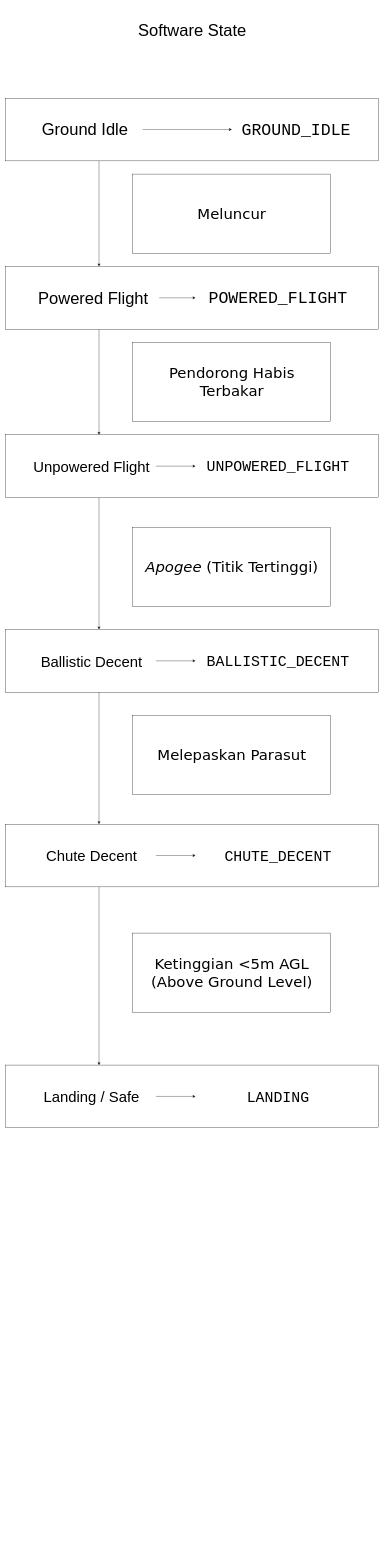
Before: page "Software State" (3 of 3) of Mekanisme.drawio in reacto11mecha/draft-model-rocket, a draw.io diagram. Source tidied: cells renumbered, new cells numbered last; positions are measured from the earlier drawing's top-left corner, leaving out a move shared by most shapes. Both pictures are drawn from the tidied source at 33%, with x=0, y=0 at pixel (6, 6).
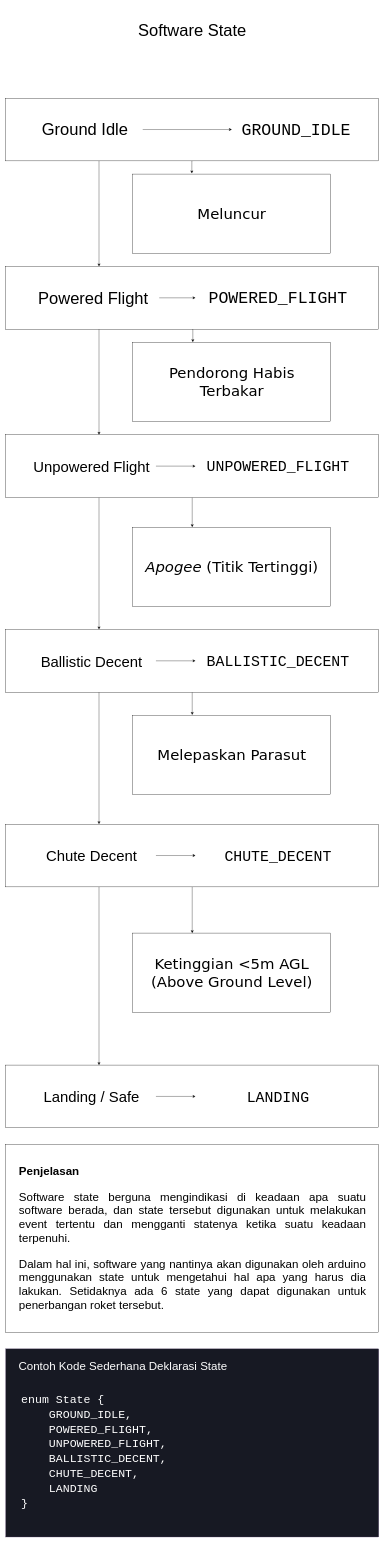
The same diagram, later.

Commit message (it also covers changes not shown here):
menambahkan penjelasan dan snippet kecil

The change refers to these unchanged cells:
```xml
<mxCell id="3" style="rounded=0;whiteSpace=wrap;html=1;" parent="1" vertex="1">
  <mxGeometry y="280" width="1130" height="190" as="geometry" />
</mxCell>
<mxCell id="9" style="rounded=0;whiteSpace=wrap;html=1;" parent="1" vertex="1">
  <mxGeometry y="790" width="1130" height="190" as="geometry" />
</mxCell>
<mxCell id="14" style="rounded=0;whiteSpace=wrap;html=1;" parent="1" vertex="1">
  <mxGeometry y="1300" width="1130" height="190" as="geometry" />
</mxCell>
<mxCell id="19" style="rounded=0;whiteSpace=wrap;html=1;" parent="1" vertex="1">
  <mxGeometry y="1890" width="1130" height="190" as="geometry" />
</mxCell>
<mxCell id="24" style="rounded=0;whiteSpace=wrap;html=1;" parent="1" vertex="1">
  <mxGeometry y="2480" width="1130" height="190" as="geometry" />
</mxCell>
<mxCell id="32" style="rounded=0;whiteSpace=wrap;html=1;fontFamily=Courier New;fontSize=45;" parent="1" vertex="1">
  <mxGeometry x="385" y="510" width="600" height="240" as="geometry" />
</mxCell>
<mxCell id="34" style="rounded=0;whiteSpace=wrap;html=1;fontFamily=Courier New;fontSize=45;" parent="1" vertex="1">
  <mxGeometry x="385" y="1020" width="600" height="240" as="geometry" />
</mxCell>
<mxCell id="36" style="rounded=0;whiteSpace=wrap;html=1;fontFamily=Courier New;fontSize=45;" parent="1" vertex="1">
  <mxGeometry x="385" y="1580" width="600" height="240" as="geometry" />
</mxCell>
<mxCell id="38" style="rounded=0;whiteSpace=wrap;html=1;fontFamily=Courier New;fontSize=45;" parent="1" vertex="1">
  <mxGeometry x="385" y="2150" width="600" height="240" as="geometry" />
</mxCell>
<mxCell id="40" style="rounded=0;whiteSpace=wrap;html=1;fontFamily=Courier New;fontSize=45;" parent="1" vertex="1">
  <mxGeometry x="385" y="2810" width="600" height="240" as="geometry" />
</mxCell>
```

What changed in the source:
```diff
@@
+    <mxCell id="42" style="edgeStyle=orthogonalEdgeStyle;rounded=0;jettySize=auto;html=1;exitX=0.5;exitY=1;exitDx=0;exitDy=0;entryX=0.298;entryY=-0.008;entryDx=0;entryDy=0;entryPerimeter=0;" parent="1" edge="1" source="3" target="32">
+      <mxGeometry relative="1" as="geometry" />
+    </mxCell>
@@
+    <mxCell id="43" style="edgeStyle=orthogonalEdgeStyle;rounded=0;jettySize=auto;html=1;exitX=0.5;exitY=1;exitDx=0;exitDy=0;entryX=0.303;entryY=-0.003;entryDx=0;entryDy=0;entryPerimeter=0;" parent="1" edge="1" source="9" target="34">
+      <mxGeometry relative="1" as="geometry" />
+    </mxCell>
@@
+    <mxCell id="44" style="edgeStyle=orthogonalEdgeStyle;rounded=0;jettySize=auto;html=1;exitX=0.5;exitY=1;exitDx=0;exitDy=0;entryX=0.3;entryY=0;entryDx=0;entryDy=0;entryPerimeter=0;" parent="1" edge="1" source="14" target="36">
+      <mxGeometry relative="1" as="geometry" />
+    </mxCell>
@@
+    <mxCell id="45" style="edgeStyle=orthogonalEdgeStyle;rounded=0;jettySize=auto;html=1;exitX=0.5;exitY=1;exitDx=0;exitDy=0;entryX=0.3;entryY=-0.004;entryDx=0;entryDy=0;entryPerimeter=0;" parent="1" edge="1" source="19" target="38">
+      <mxGeometry relative="1" as="geometry" />
+    </mxCell>
@@
+    <mxCell id="46" style="edgeStyle=orthogonalEdgeStyle;rounded=0;jettySize=auto;html=1;exitX=0.5;exitY=1;exitDx=0;exitDy=0;entryX=0.3;entryY=0;entryDx=0;entryDy=0;entryPerimeter=0;" parent="1" edge="1" source="24" target="40">
+      <mxGeometry relative="1" as="geometry" />
+    </mxCell>
@@
+    <mxCell id="47" style="rounded=0;whiteSpace=wrap;html=1;" parent="1" vertex="1">
+      <mxGeometry y="3450" width="1130" height="570" as="geometry" />
+    </mxCell>
+    <mxCell id="48" value="&lt;h1 style=&quot;font-size: 35px&quot;&gt;Penjelasan&lt;/h1&gt;&lt;p style=&quot;text-align: justify ; font-size: 35px&quot;&gt;&lt;font style=&quot;font-size: 35px&quot;&gt;Software state berguna mengindikasi di keadaan apa suatu software berada, dan state tersebut digunakan untuk melakukan event tertentu dan mengganti statenya ketika suatu keadaan terpenuhi.&lt;/font&gt;&lt;/p&gt;&lt;p style=&quot;text-align: justify ; font-size: 35px&quot;&gt;Dalam hal ini, software yang nantinya akan digunakan oleh arduino menggunakan state untuk mengetahui hal apa yang harus dia lakukan. Setidaknya ada 6 state yang dapat digunakan untuk penerbangan roket tersebut.&lt;/p&gt;" style="text;html=1;strokeColor=none;fillColor=none;spacing=5;spacingTop=-20;whiteSpace=wrap;overflow=hidden;rounded=0;align=left;" parent="1" vertex="1">
+      <mxGeometry x="35" y="3497.5" width="1060" height="475" as="geometry" />
+    </mxCell>
+    <mxCell id="49" style="rounded=0;whiteSpace=wrap;html=1;fillColor=#171923;fontColor=#ffffff;strokeColor=#432D57;" parent="1" vertex="1">
+      <mxGeometry y="4070" width="1130" height="570" as="geometry" />
+    </mxCell>
+    <mxCell id="50" value="&lt;font color=&quot;#ffffff&quot;&gt;Contoh Kode Sederhana Deklarasi State&lt;/font&gt;" style="text;html=1;strokeColor=none;fillColor=none;align=center;verticalAlign=middle;whiteSpace=wrap;rounded=0;fontSize=35;" parent="1" vertex="1">
+      <mxGeometry x="35" y="4090" width="640" height="60" as="geometry" />
+    </mxCell>
+    <mxCell id="51" value="&lt;div style=&quot;text-align: justify&quot;&gt;&lt;font face=&quot;Courier New&quot; color=&quot;#ffffff&quot;&gt;enum State {&amp;nbsp;&lt;/font&gt;&lt;/div&gt;&lt;font color=&quot;#ffffff&quot;&gt;&lt;span style=&quot;text-align: center&quot;&gt;&lt;font style=&quot;font-size: 35px&quot;&gt;&lt;font face=&quot;courier new&quot;&gt;&amp;nbsp; &amp;nbsp; GROUND_IDLE,&lt;br&gt;&amp;nbsp; &amp;nbsp; POWERED_FLIGHT,&lt;br&gt;&amp;nbsp; &amp;nbsp; UNPOWERED_FLIGHT,&lt;br&gt;&amp;nbsp; &amp;nbsp; BALLISTIC_DECENT,&lt;br&gt;&amp;nbsp; &amp;nbsp; CHUTE_DECENT,&lt;br&gt;&amp;nbsp; &amp;nbsp; LANDING&lt;br&gt;&lt;/font&gt;&lt;/font&gt;&lt;/span&gt;&lt;span style=&quot;font-family: &amp;#34;courier new&amp;#34; ; text-align: justify&quot;&gt;}&lt;/span&gt;&lt;/font&gt;&lt;span style=&quot;text-align: center&quot;&gt;&lt;font style=&quot;font-size: 35px&quot;&gt;&lt;font face=&quot;courier new&quot;&gt;&lt;br&gt;&lt;/font&gt;&lt;/font&gt;&lt;/span&gt;" style="text;html=1;strokeColor=none;fillColor=none;align=left;verticalAlign=middle;rounded=0;fontSize=35;labelBackgroundColor=none;labelBorderColor=none;whiteSpace=wrap;fontColor=#000000;" parent="1" vertex="1">
+      <mxGeometry x="45" y="4200" width="980" height="360" as="geometry" />
+    </mxCell>
```
